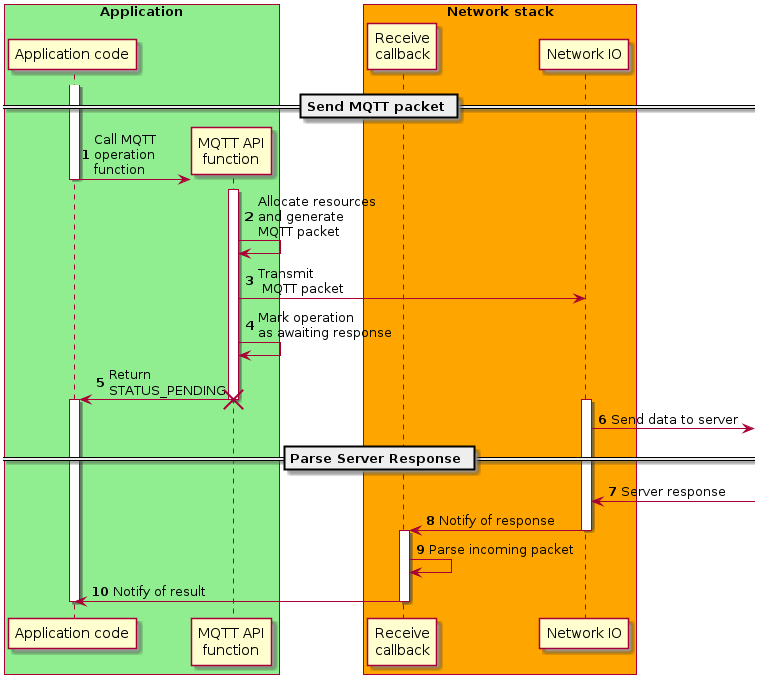
Above: doc/plantuml/images/mqtt_design_typicaloperation.png in aws/aws-iot-device-sdk-embedded-C (PlantUML), before the change.
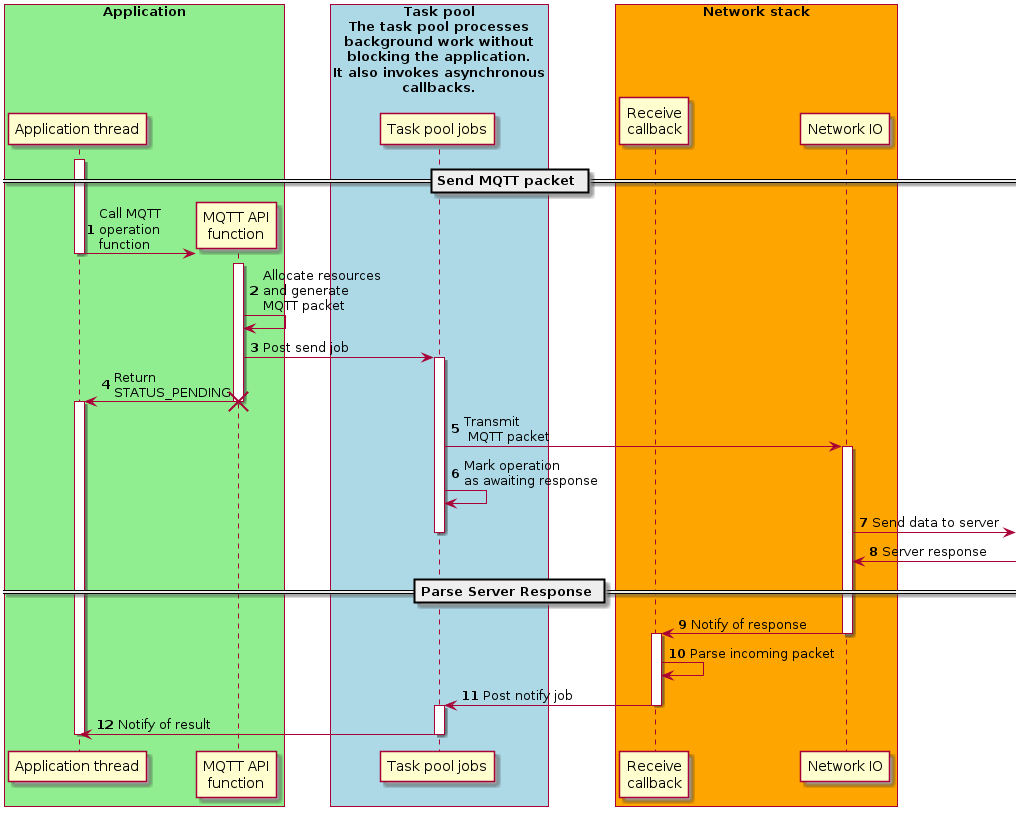
The same file after the commit.

What changed in the source:
```diff
@@ -4,8 +4,12 @@
 autonumber
 
 box "Application" #LightGreen
-    participant "Application code" as application
+    participant "Application thread" as application
     create participant "MQTT API\nfunction" as api
+end box
+
+box "Task pool\nThe task pool processes\nbackground work without\nblocking the application.\nIt also invokes asynchronous\ncallbacks.\n" #LightBlue
+    participant "Task pool jobs" as task_pool
 end box
 
 box "Network stack" #Orange
@@ -19,22 +23,30 @@
 deactivate application
 activate api
 api -> api: Allocate resources\nand generate\nMQTT packet
-api -> network: Transmit\n MQTT packet
-api -> api: Mark operation\nas awaiting response
+api -> task_pool: Post send job
+activate task_pool
 api -> application: Return\nSTATUS_PENDING
 destroy api
 activate application
+task_pool -> network: Transmit\n MQTT packet
 activate network
+task_pool -> task_pool: Mark operation\nas awaiting response
 network -> : Send data to server
+deactivate task_pool
+
+network <- : Server response
 
 == Parse Server Response ==
-network <- : Server response
 network -> receive_callback: Notify of response
 deactivate network
 activate receive_callback
 receive_callback -> receive_callback: Parse incoming packet
-receive_callback -> application: Notify of result
+receive_callback -> task_pool: Post notify job
 deactivate receive_callback
+activate task_pool
+task_pool -> application: Notify of result
+
+deactivate task_pool
 deactivate application
 
 @enduml
```
